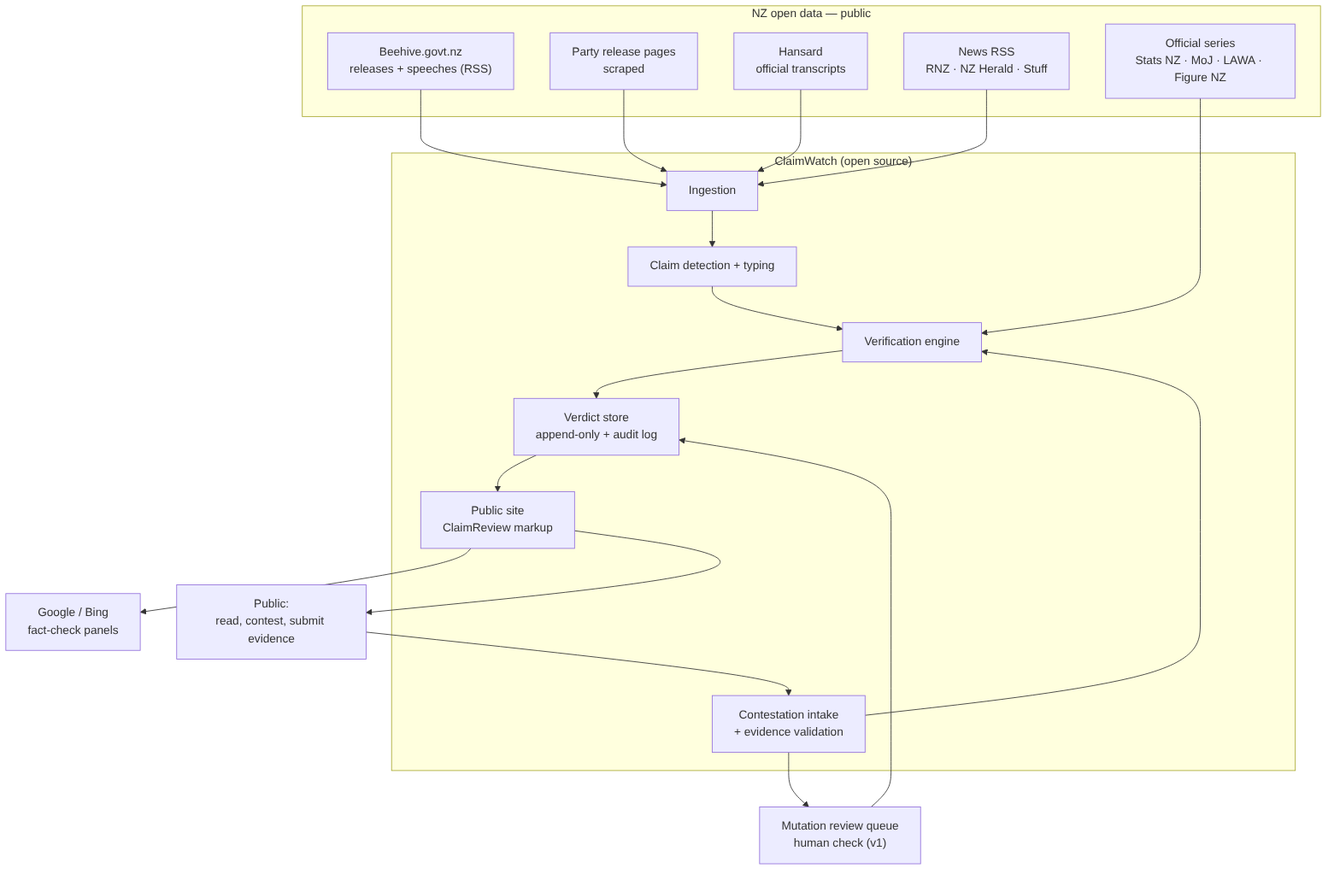
The Mermaid diagram docs/diagrams/system-context.png in bradleyscott/claimwatch-nz, before a commit. Its source is kept beside it as docs/diagrams/system-context.mmd.
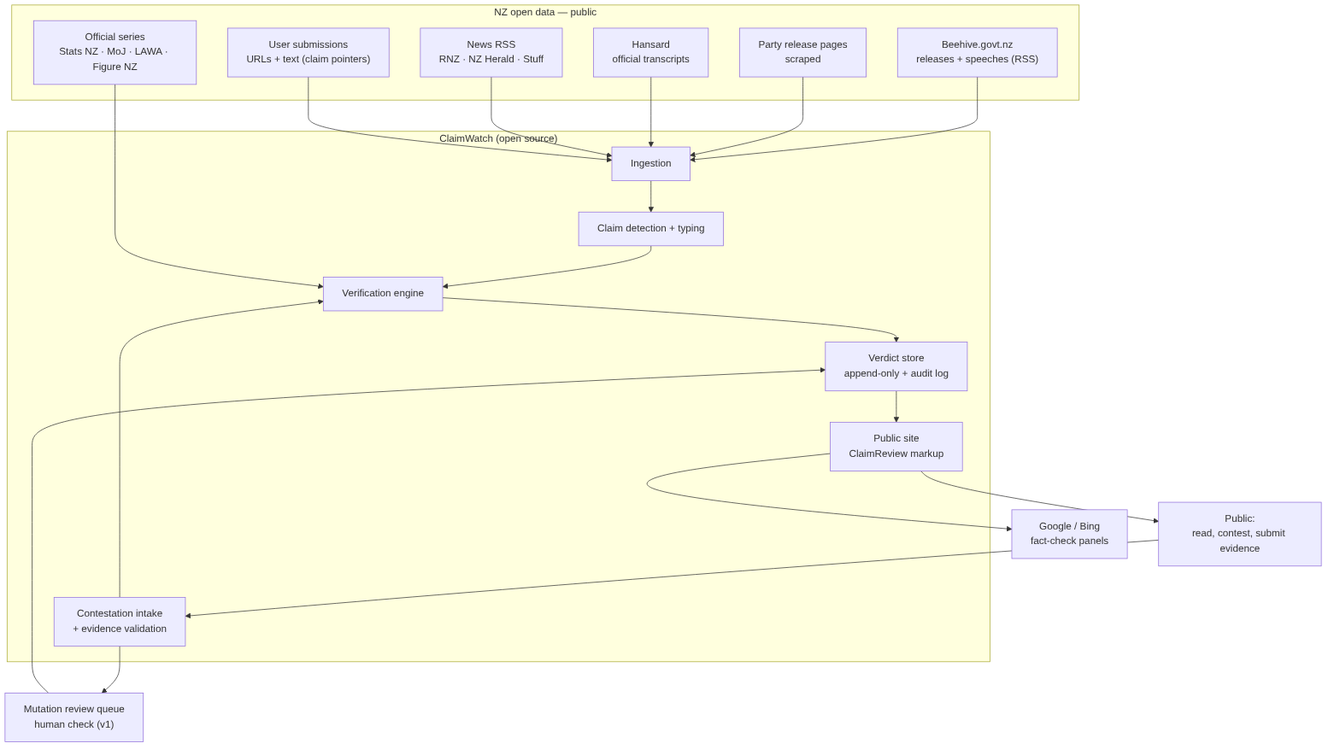
The same diagram one commit later.

Commit message:
docs(adr-0002): add user-submitted content as fifth ingestion lane

What changed in the source:
```diff
@@ -5,6 +5,7 @@
         HANSARD["Hansard<br/>official transcripts"]
         NEWS["News RSS<br/>RNZ · NZ Herald · Stuff"]
         STATS["Official series<br/>Stats NZ · MoJ · LAWA · Figure NZ"]
+        SUBMIT["User submissions<br/>URLs + text (claim pointers)"]
     end
 
     subgraph CW["ClaimWatch (open source)"]
@@ -24,6 +25,7 @@
     PARTIES --> INGEST
     HANSARD --> INGEST
     NEWS --> INGEST
+    SUBMIT --> INGEST
     INGEST --> TRIAGE
     TRIAGE --> VERIFY
     STATS --> VERIFY
```
